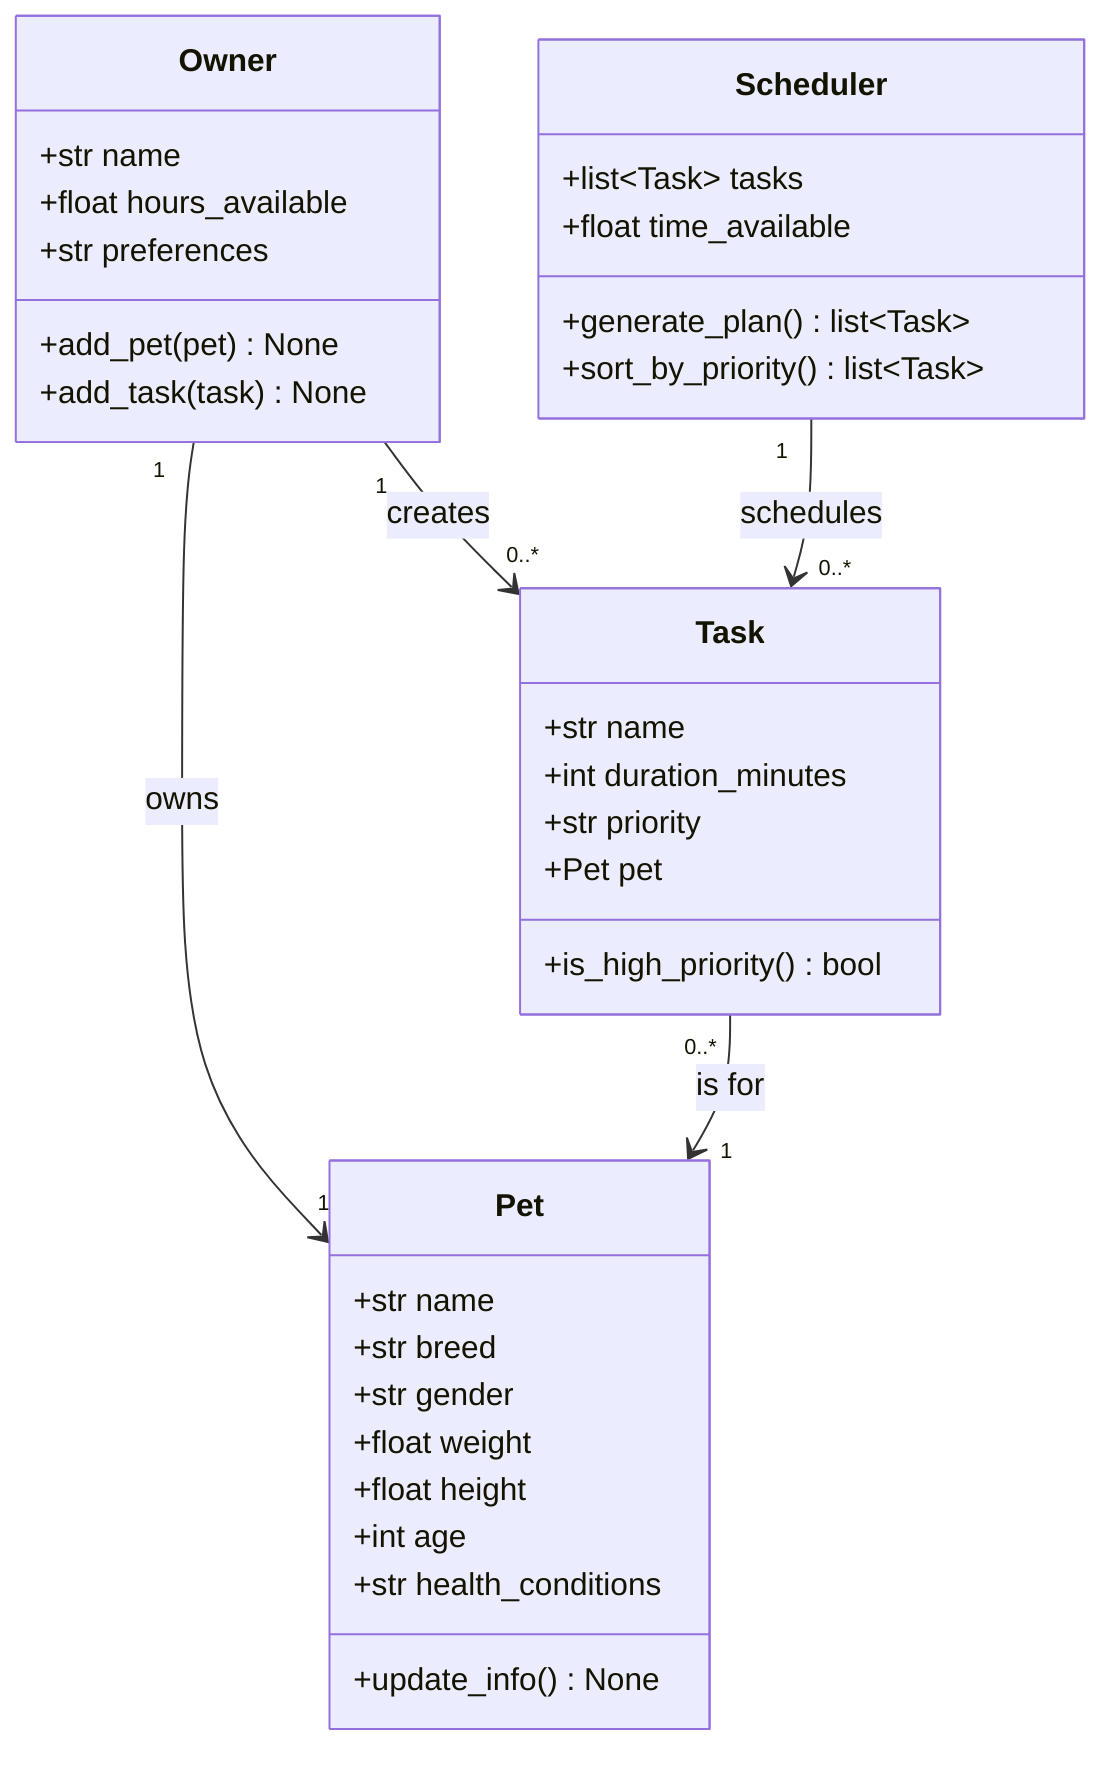
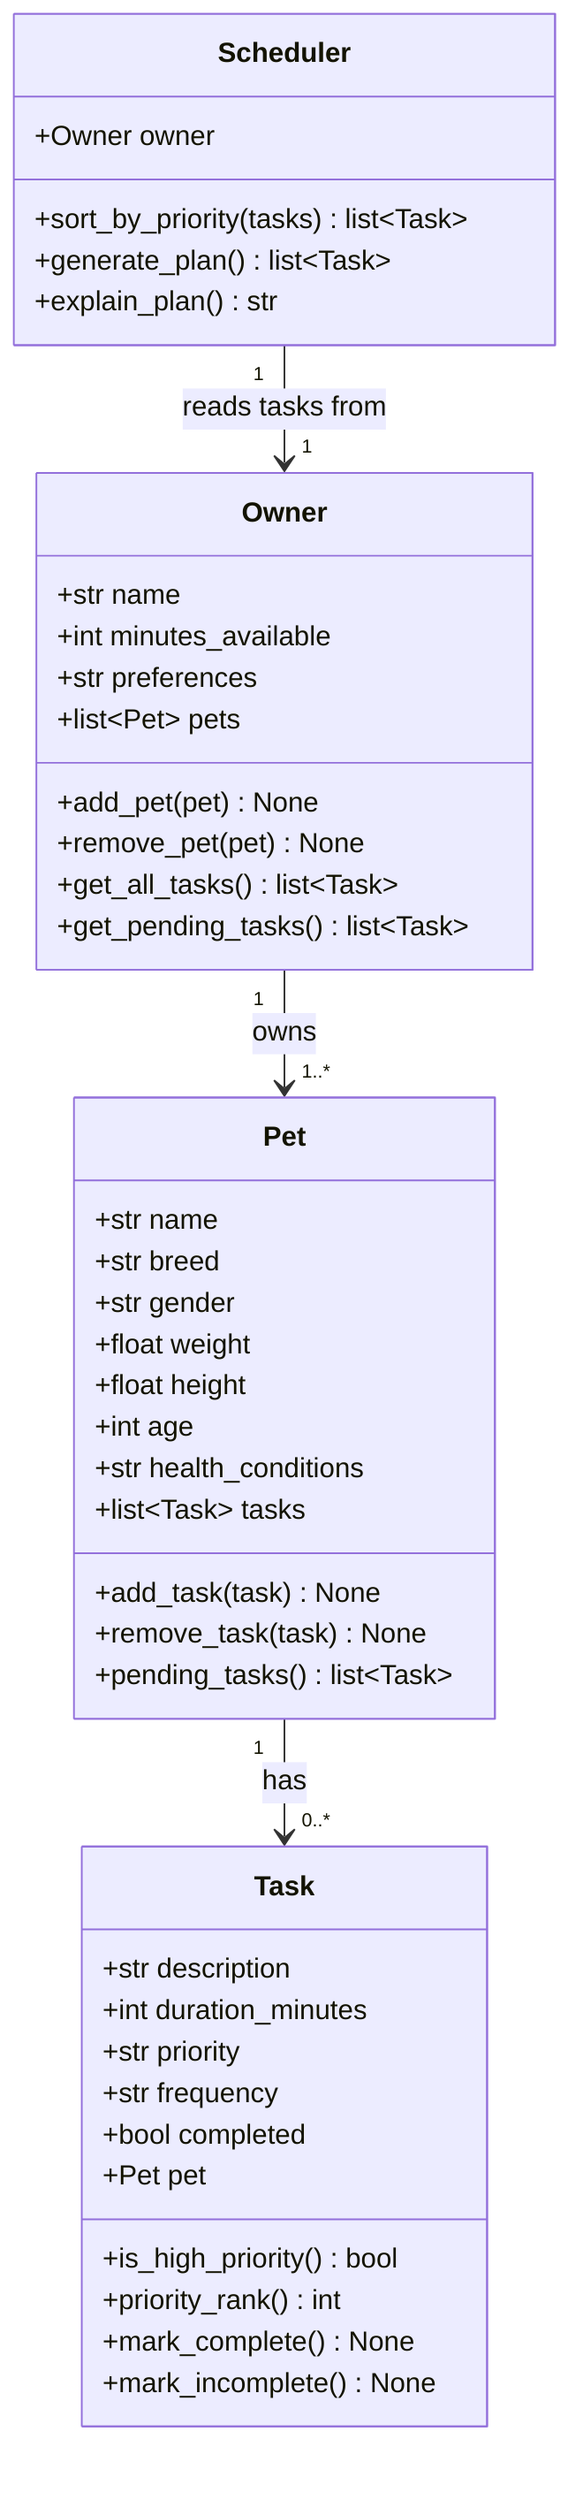
classDiagram
    %% PawPal+ class diagram
    %% Keep this file updated so it matches your final implementation.

    class Owner {
        +str name
-         +float hours_available
+         +int minutes_available
        +str preferences
+         +list~Pet~ pets
        +add_pet(pet) None
-         +add_task(task) None
+         +remove_pet(pet) None
+         +get_all_tasks() list~Task~
+         +get_pending_tasks() list~Task~
    }

    class Pet {
        +str name
        +str breed
        +str gender
        +float weight
        +float height
        +int age
        +str health_conditions
-         +update_info() None
+         +list~Task~ tasks
+         +add_task(task) None
+         +remove_task(task) None
+         +pending_tasks() list~Task~
    }

    class Task {
-         +str name
+         +str description
        +int duration_minutes
        +str priority
+         +str frequency
+         +bool completed
        +Pet pet
        +is_high_priority() bool
+         +priority_rank() int
+         +mark_complete() None
+         +mark_incomplete() None
    }

    class Scheduler {
-         +list~Task~ tasks
-         +float time_available
+         +Owner owner
+         +sort_by_priority(tasks) list~Task~
        +generate_plan() list~Task~
-         +sort_by_priority() list~Task~
+         +explain_plan() str
    }

    Owner "1" --> "1..*" Pet : owns
-     Owner "1" --> "0..*" Task : creates
-     Task "0..*" --> "1" Pet : is for
-     Scheduler "1" --> "0..*" Task : schedules
+     Pet "1" --> "0..*" Task : has
+     Scheduler "1" --> "1" Owner : reads tasks from
